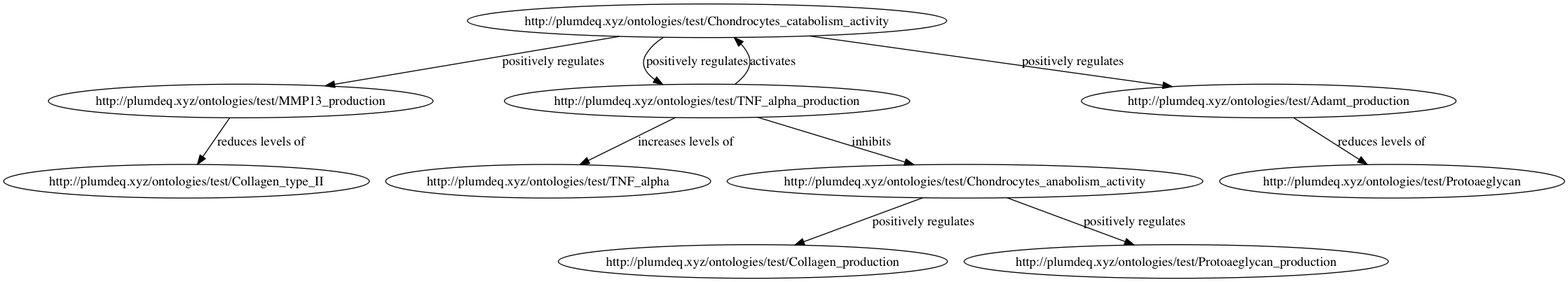
Above: shared/dot/digraph.png in plumdeq/grontocrawler (Graphviz), before the change. Its source is kept beside it as shared/dot/digraph.dot. Source of this version:
```dot
strict digraph "" {
"http://plumdeq.xyz/ontologies/test/MMP13_production" -> "http://plumdeq.xyz/ontologies/test/Collagen_type_II"  [arc_type="http://www.w3.org/2002/07/owl#someValuesFrom", arc_uri="http://plumdeq.xyz/ontologies/test/reduces_levels_of", label="reduces levels of"];
"http://plumdeq.xyz/ontologies/test/Chondrocytes_catabolism_activity" -> "http://plumdeq.xyz/ontologies/test/TNF_alpha_production"  [arc_type="http://www.w3.org/2002/07/owl#someValuesFrom", arc_uri="http://plumdeq.xyz/ontologies/test/positively_regulates", label="positively regulates"];
"http://plumdeq.xyz/ontologies/test/Chondrocytes_catabolism_activity" -> "http://plumdeq.xyz/ontologies/test/Adamt_production"  [arc_type="http://www.w3.org/2002/07/owl#someValuesFrom", arc_uri="http://plumdeq.xyz/ontologies/test/positively_regulates", label="positively regulates"];
"http://plumdeq.xyz/ontologies/test/Chondrocytes_catabolism_activity" -> "http://plumdeq.xyz/ontologies/test/MMP13_production"  [arc_type="http://www.w3.org/2002/07/owl#someValuesFrom", arc_uri="http://plumdeq.xyz/ontologies/test/positively_regulates", label="positively regulates"];
"http://plumdeq.xyz/ontologies/test/TNF_alpha_production" -> "http://plumdeq.xyz/ontologies/test/Chondrocytes_catabolism_activity"  [arc_type="http://www.w3.org/2002/07/owl#someValuesFrom", arc_uri="http://plumdeq.xyz/ontologies/test/activates", label=activates];
"http://plumdeq.xyz/ontologies/test/TNF_alpha_production" -> "http://plumdeq.xyz/ontologies/test/TNF_alpha"  [arc_type="http://www.w3.org/2002/07/owl#someValuesFrom", arc_uri="http://plumdeq.xyz/ontologies/test/increases_levels_of", label="increases levels of"];
"http://plumdeq.xyz/ontologies/test/TNF_alpha_production" -> "http://plumdeq.xyz/ontologies/test/Chondrocytes_anabolism_activity"  [arc_type="http://www.w3.org/2002/07/owl#someValuesFrom", arc_uri="http://plumdeq.xyz/ontologies/test/inhibits", label=inhibits];
"http://plumdeq.xyz/ontologies/test/Adamt_production" -> "http://plumdeq.xyz/ontologies/test/Protoaeglycan"  [arc_type="http://www.w3.org/2002/07/owl#someValuesFrom", arc_uri="http://plumdeq.xyz/ontologies/test/reduces_levels_of", label="reduces levels of"];
"http://plumdeq.xyz/ontologies/test/Chondrocytes_anabolism_activity" -> "http://plumdeq.xyz/ontologies/test/Collagen_production"  [arc_type="http://www.w3.org/2002/07/owl#someValuesFrom", arc_uri="http://plumdeq.xyz/ontologies/test/positively_regulates", label="positively regulates"];
"http://plumdeq.xyz/ontologies/test/Chondrocytes_anabolism_activity" -> "http://plumdeq.xyz/ontologies/test/Protoaeglycan_production"  [arc_type="http://www.w3.org/2002/07/owl#someValuesFrom", arc_uri="http://plumdeq.xyz/ontologies/test/positively_regulates", label="positively regulates"];
}
```
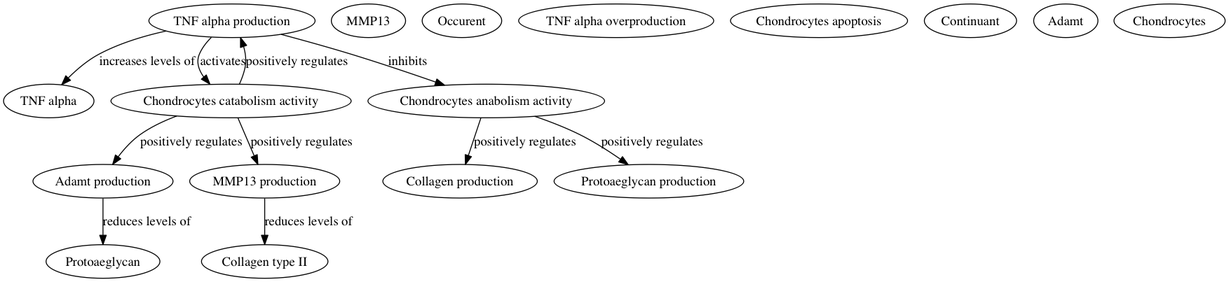
After the change.

The edit, as a diff of the source:
```diff
@@ -1,12 +1,29 @@
-strict digraph "" {
-"http://plumdeq.xyz/ontologies/test/MMP13_production" -> "http://plumdeq.xyz/ontologies/test/Collagen_type_II"  [arc_type="http://www.w3.org/2002/07/owl#someValuesFrom", arc_uri="http://plumdeq.xyz/ontologies/test/reduces_levels_of", label="reduces levels of"];
-"http://plumdeq.xyz/ontologies/test/Chondrocytes_catabolism_activity" -> "http://plumdeq.xyz/ontologies/test/TNF_alpha_production"  [arc_type="http://www.w3.org/2002/07/owl#someValuesFrom", arc_uri="http://plumdeq.xyz/ontologies/test/positively_regulates", label="positively regulates"];
-"http://plumdeq.xyz/ontologies/test/Chondrocytes_catabolism_activity" -> "http://plumdeq.xyz/ontologies/test/Adamt_production"  [arc_type="http://www.w3.org/2002/07/owl#someValuesFrom", arc_uri="http://plumdeq.xyz/ontologies/test/positively_regulates", label="positively regulates"];
-"http://plumdeq.xyz/ontologies/test/Chondrocytes_catabolism_activity" -> "http://plumdeq.xyz/ontologies/test/MMP13_production"  [arc_type="http://www.w3.org/2002/07/owl#someValuesFrom", arc_uri="http://plumdeq.xyz/ontologies/test/positively_regulates", label="positively regulates"];
-"http://plumdeq.xyz/ontologies/test/TNF_alpha_production" -> "http://plumdeq.xyz/ontologies/test/Chondrocytes_catabolism_activity"  [arc_type="http://www.w3.org/2002/07/owl#someValuesFrom", arc_uri="http://plumdeq.xyz/ontologies/test/activates", label=activates];
-"http://plumdeq.xyz/ontologies/test/TNF_alpha_production" -> "http://plumdeq.xyz/ontologies/test/TNF_alpha"  [arc_type="http://www.w3.org/2002/07/owl#someValuesFrom", arc_uri="http://plumdeq.xyz/ontologies/test/increases_levels_of", label="increases levels of"];
-"http://plumdeq.xyz/ontologies/test/TNF_alpha_production" -> "http://plumdeq.xyz/ontologies/test/Chondrocytes_anabolism_activity"  [arc_type="http://www.w3.org/2002/07/owl#someValuesFrom", arc_uri="http://plumdeq.xyz/ontologies/test/inhibits", label=inhibits];
-"http://plumdeq.xyz/ontologies/test/Adamt_production" -> "http://plumdeq.xyz/ontologies/test/Protoaeglycan"  [arc_type="http://www.w3.org/2002/07/owl#someValuesFrom", arc_uri="http://plumdeq.xyz/ontologies/test/reduces_levels_of", label="reduces levels of"];
-"http://plumdeq.xyz/ontologies/test/Chondrocytes_anabolism_activity" -> "http://plumdeq.xyz/ontologies/test/Collagen_production"  [arc_type="http://www.w3.org/2002/07/owl#someValuesFrom", arc_uri="http://plumdeq.xyz/ontologies/test/positively_regulates", label="positively regulates"];
-"http://plumdeq.xyz/ontologies/test/Chondrocytes_anabolism_activity" -> "http://plumdeq.xyz/ontologies/test/Protoaeglycan_production"  [arc_type="http://www.w3.org/2002/07/owl#someValuesFrom", arc_uri="http://plumdeq.xyz/ontologies/test/positively_regulates", label="positively regulates"];
+digraph g {
+    "http://plumdeq.xyz/ontologies/test/Collagen_production" [label="Collagen production"] ;
+    "http://plumdeq.xyz/ontologies/test/MMP13" [label="MMP13"] ;
+    "http://plumdeq.xyz/ontologies/test/Adamt_production" [label="Adamt production"] ;
+    "http://plumdeq.xyz/ontologies/test/Occurent" [label="Occurent"] ;
+    "http://plumdeq.xyz/ontologies/test/TNF_alpha" [label="TNF alpha"] ;
+    "http://plumdeq.xyz/ontologies/test/TNF_alpha_overproduction" [label="TNF alpha overproduction"] ;
+    "http://plumdeq.xyz/ontologies/test/MMP13_production" [label="MMP13 production"] ;
+    "http://plumdeq.xyz/ontologies/test/Protoaeglycan_production" [label="Protoaeglycan production"] ;
+    "http://plumdeq.xyz/ontologies/test/Collagen_type_II" [label="Collagen type II"] ;
+    "http://plumdeq.xyz/ontologies/test/Chondrocytes_apoptosis" [label="Chondrocytes apoptosis"] ;
+    "http://plumdeq.xyz/ontologies/test/Protoaeglycan" [label="Protoaeglycan"] ;
+    "http://plumdeq.xyz/ontologies/test/Continuant" [label="Continuant"] ;
+    "http://plumdeq.xyz/ontologies/test/Adamt" [label="Adamt"] ;
+    "http://plumdeq.xyz/ontologies/test/TNF_alpha_production" [label="TNF alpha production"] ;
+    "http://plumdeq.xyz/ontologies/test/Chondrocytes_catabolism_activity" [label="Chondrocytes catabolism activity"] ;
+    "http://plumdeq.xyz/ontologies/test/Chondrocytes_anabolism_activity" [label="Chondrocytes anabolism activity"] ;
+    "http://plumdeq.xyz/ontologies/test/Chondrocytes" [label="Chondrocytes"] ;
+    "http://plumdeq.xyz/ontologies/test/Adamt_production" -> "http://plumdeq.xyz/ontologies/test/Protoaeglycan" [label="reduces levels of"] ;
+    "http://plumdeq.xyz/ontologies/test/MMP13_production" -> "http://plumdeq.xyz/ontologies/test/Collagen_type_II" [label="reduces levels of"] ;
+    "http://plumdeq.xyz/ontologies/test/TNF_alpha_production" -> "http://plumdeq.xyz/ontologies/test/Chondrocytes_catabolism_activity" [label="activates"] ;
+    "http://plumdeq.xyz/ontologies/test/TNF_alpha_production" -> "http://plumdeq.xyz/ontologies/test/TNF_alpha" [label="increases levels of"] ;
+    "http://plumdeq.xyz/ontologies/test/TNF_alpha_production" -> "http://plumdeq.xyz/ontologies/test/Chondrocytes_anabolism_activity" [label="inhibits"] ;
+    "http://plumdeq.xyz/ontologies/test/Chondrocytes_catabolism_activity" -> "http://plumdeq.xyz/ontologies/test/TNF_alpha_production" [label="positively regulates"] ;
+    "http://plumdeq.xyz/ontologies/test/Chondrocytes_catabolism_activity" -> "http://plumdeq.xyz/ontologies/test/Adamt_production" [label="positively regulates"] ;
+    "http://plumdeq.xyz/ontologies/test/Chondrocytes_catabolism_activity" -> "http://plumdeq.xyz/ontologies/test/MMP13_production" [label="positively regulates"] ;
+    "http://plumdeq.xyz/ontologies/test/Chondrocytes_anabolism_activity" -> "http://plumdeq.xyz/ontologies/test/Collagen_production" [label="positively regulates"] ;
+    "http://plumdeq.xyz/ontologies/test/Chondrocytes_anabolism_activity" -> "http://plumdeq.xyz/ontologies/test/Protoaeglycan_production" [label="positively regulates"] ;
 }
```
